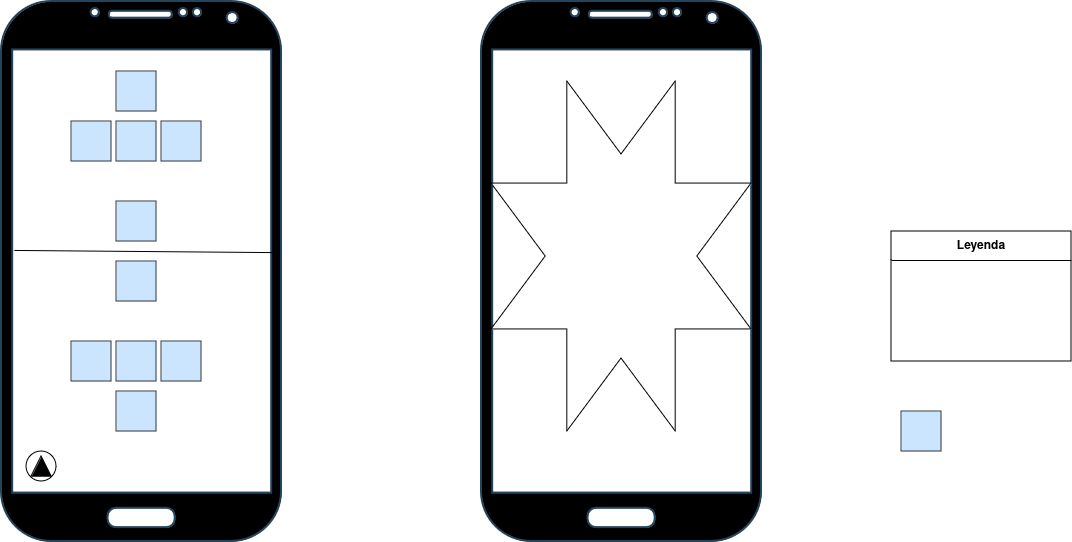
Above: Imagenes/visuales.png in gian700/Beastdeck (draw.io), before the change. Source tidied: cells renumbered, new cells last; positions are measured from the earlier drawing's top-left corner, leaving out a move shared by most shapes. The source it was exported from:
```xml
<mxGraphModel>
  <root>
    <mxCell id="0" />
    <mxCell id="1" parent="0" />
    <mxCell id="2" style="group;" parent="1" vertex="1">
      <mxGeometry width="280" height="540" as="geometry" />
    </mxCell>
    <mxCell id="3" style="ellipse;whiteSpace=wrap;html=1;" parent="2" vertex="1">
      <mxGeometry x="25" y="450" width="30" height="30" as="geometry" />
    </mxCell>
    <mxCell id="4" style="verticalLabelPosition=bottom;verticalAlign=top;html=1;shadow=0;strokeWidth=2;shape=mxgraph.android.phone2;strokeColor=#23445d;fillColor=#000000;" parent="2" vertex="1">
      <mxGeometry width="280" height="540" as="geometry" />
    </mxCell>
    <mxCell id="5" style="verticalLabelPosition=bottom;verticalAlign=top;html=1;shape=mxgraph.basic.rect;fillColor2=none;strokeWidth=1;size=14;indent=5;fillColor=#cce5ff;strokeColor=#36393d;" parent="2" vertex="1">
      <mxGeometry x="115" y="260" width="40" height="40" as="geometry" />
    </mxCell>
    <mxCell id="6" style="verticalLabelPosition=bottom;verticalAlign=top;html=1;shape=mxgraph.basic.rect;fillColor2=none;strokeWidth=1;size=20;indent=5;fillColor=#cce5ff;strokeColor=#36393d;" parent="2" vertex="1">
      <mxGeometry x="115" y="390" width="40" height="40" as="geometry" />
    </mxCell>
    <mxCell id="7" style="verticalLabelPosition=bottom;verticalAlign=top;html=1;shape=mxgraph.basic.rect;fillColor2=none;strokeWidth=1;size=20;indent=5;fillColor=#cce5ff;strokeColor=#36393d;" parent="2" vertex="1">
      <mxGeometry x="70" y="340" width="40" height="40" as="geometry" />
    </mxCell>
    <mxCell id="8" style="verticalLabelPosition=bottom;verticalAlign=top;html=1;shape=mxgraph.basic.rect;fillColor2=none;strokeWidth=1;size=20;indent=5;fillColor=#cce5ff;strokeColor=#36393d;" parent="2" vertex="1">
      <mxGeometry x="115" y="340" width="40" height="40" as="geometry" />
    </mxCell>
    <mxCell id="9" style="verticalLabelPosition=bottom;verticalAlign=top;html=1;shape=mxgraph.basic.rect;fillColor2=none;strokeWidth=1;size=20;indent=5;fillColor=#cce5ff;strokeColor=#36393d;" parent="2" vertex="1">
      <mxGeometry x="160" y="340" width="40" height="40" as="geometry" />
    </mxCell>
    <mxCell id="10" style="verticalLabelPosition=bottom;verticalAlign=top;html=1;shape=mxgraph.basic.rect;fillColor2=none;strokeWidth=1;size=20;indent=5;fillColor=#cce5ff;strokeColor=#36393d;" parent="2" vertex="1">
      <mxGeometry x="115" y="200" width="40" height="40" as="geometry" />
    </mxCell>
    <mxCell id="11" style="verticalLabelPosition=bottom;verticalAlign=top;html=1;shape=mxgraph.basic.rect;fillColor2=none;strokeWidth=1;size=20;indent=5;fillColor=#cce5ff;strokeColor=#36393d;" parent="2" vertex="1">
      <mxGeometry x="115" y="70" width="40" height="40" as="geometry" />
    </mxCell>
    <mxCell id="12" style="verticalLabelPosition=bottom;verticalAlign=top;html=1;shape=mxgraph.basic.rect;fillColor2=none;strokeWidth=1;size=20;indent=5;fillColor=#cce5ff;strokeColor=#36393d;" parent="2" vertex="1">
      <mxGeometry x="70" y="120" width="40" height="40" as="geometry" />
    </mxCell>
    <mxCell id="13" style="verticalLabelPosition=bottom;verticalAlign=top;html=1;shape=mxgraph.basic.rect;fillColor2=none;strokeWidth=1;size=20;indent=5;fillColor=#cce5ff;strokeColor=#36393d;" parent="2" vertex="1">
      <mxGeometry x="115" y="120" width="40" height="40" as="geometry" />
    </mxCell>
    <mxCell id="14" style="verticalLabelPosition=bottom;verticalAlign=top;html=1;shape=mxgraph.basic.rect;fillColor2=none;strokeWidth=1;size=20;indent=5;fillColor=#cce5ff;strokeColor=#36393d;" parent="2" vertex="1">
      <mxGeometry x="160" y="120" width="40" height="40" as="geometry" />
    </mxCell>
    <mxCell id="15" style="endArrow=none;html=1;rounded=0;exitX=0.046;exitY=0.461;exitDx=0;exitDy=0;exitPerimeter=0;entryX=0.971;entryY=0.465;entryDx=0;entryDy=0;entryPerimeter=0;" parent="2" edge="1" source="4" target="4">
      <mxGeometry relative="1" as="geometry" />
    </mxCell>
    <mxCell id="16" style="shape=singleArrow;direction=north;whiteSpace=wrap;html=1;fillColor=#000000;arrowWidth=1;arrowSize=1;" parent="2" vertex="1">
      <mxGeometry x="30" y="455" width="20" height="20" as="geometry" />
    </mxCell>
    <mxCell id="17" style="verticalLabelPosition=bottom;verticalAlign=top;html=1;shadow=0;strokeWidth=2;shape=mxgraph.android.phone2;strokeColor=#23445d;fillColor=#000000;" parent="1" vertex="1">
      <mxGeometry x="480" width="280" height="540" as="geometry" />
    </mxCell>
    <mxCell id="18" style="verticalLabelPosition=bottom;verticalAlign=top;html=1;shape=mxgraph.basic.8_point_star;" parent="1" vertex="1">
      <mxGeometry x="490" y="80" width="260" height="350" as="geometry" />
    </mxCell>
    <mxCell id="19" value="Leyenda" style="swimlane;fontStyle=1;align=center;verticalAlign=middle;horizontal=1;startSize=29;html=1;whiteSpace=wrap;" parent="1" vertex="1">
      <mxGeometry x="890" y="230" width="180" height="130" as="geometry" />
    </mxCell>
    <mxCell id="20" style="verticalLabelPosition=bottom;verticalAlign=top;html=1;shape=mxgraph.basic.rect;fillColor2=none;strokeWidth=1;size=20;indent=5;fillColor=#cce5ff;strokeColor=#36393d;" parent="1" vertex="1">
      <mxGeometry x="900" y="410" width="40" height="40" as="geometry" />
    </mxCell>
  </root>
</mxGraphModel>
```
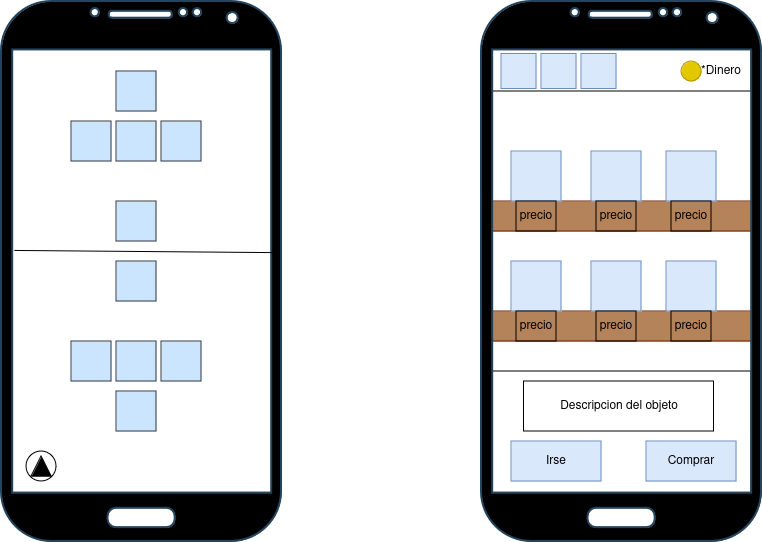
The same diagram one commit later.

The edit, as a diff of the source:
```diff
@@ -2,6 +2,18 @@
   <root>
     <mxCell id="0" />
     <mxCell id="1" parent="0" />
+    <mxCell id="21" style="rounded=0;whiteSpace=wrap;html=1;fillColor=#B5835A;fontColor=#ffffff;strokeColor=#6D1F00;" parent="1" vertex="1">
+      <mxGeometry x="485" y="200" width="270" height="30" as="geometry" />
+    </mxCell>
+    <mxCell id="22" style="rounded=0;whiteSpace=wrap;html=1;" parent="1" vertex="1">
+      <mxGeometry x="485" y="370" width="265" height="130" as="geometry" />
+    </mxCell>
+    <mxCell id="23" style="rounded=0;whiteSpace=wrap;html=1;" parent="1" vertex="1">
+      <mxGeometry x="490" y="30" width="260" height="60" as="geometry" />
+    </mxCell>
+    <mxCell id="24" style="rounded=0;whiteSpace=wrap;html=1;fillColor=#B5835A;fontColor=#ffffff;strokeColor=#6D1F00;" parent="1" vertex="1">
+      <mxGeometry x="485" y="310" width="270" height="30" as="geometry" />
+    </mxCell>
     <mxCell id="2" style="group;" parent="1" vertex="1">
       <mxGeometry width="280" height="540" as="geometry" />
     </mxCell>
@@ -50,14 +62,65 @@
     <mxCell id="17" style="verticalLabelPosition=bottom;verticalAlign=top;html=1;shadow=0;strokeWidth=2;shape=mxgraph.android.phone2;strokeColor=#23445d;fillColor=#000000;" parent="1" vertex="1">
       <mxGeometry x="480" width="280" height="540" as="geometry" />
     </mxCell>
-    <mxCell id="18" style="verticalLabelPosition=bottom;verticalAlign=top;html=1;shape=mxgraph.basic.8_point_star;" parent="1" vertex="1">
-      <mxGeometry x="490" y="80" width="260" height="350" as="geometry" />
-    </mxCell>
-    <mxCell id="19" value="Leyenda" style="swimlane;fontStyle=1;align=center;verticalAlign=middle;horizontal=1;startSize=29;html=1;whiteSpace=wrap;" parent="1" vertex="1">
-      <mxGeometry x="890" y="230" width="180" height="130" as="geometry" />
-    </mxCell>
-    <mxCell id="20" style="verticalLabelPosition=bottom;verticalAlign=top;html=1;shape=mxgraph.basic.rect;fillColor2=none;strokeWidth=1;size=20;indent=5;fillColor=#cce5ff;strokeColor=#36393d;" parent="1" vertex="1">
-      <mxGeometry x="900" y="410" width="40" height="40" as="geometry" />
-    </mxCell>
+    <mxCell id="25" style="ellipse;whiteSpace=wrap;html=1;fillColor=#e3c800;strokeColor=#B09500;fontColor=#000000;" parent="1" vertex="1">
+      <mxGeometry x="680" y="60" width="20" height="20" as="geometry" />
+    </mxCell>
+    <mxCell id="26" value="Comprar" style="rounded=0;whiteSpace=wrap;html=1;fillColor=#dae8fc;strokeColor=#6c8ebf;" parent="1" vertex="1">
+      <mxGeometry x="645" y="440" width="90" height="40" as="geometry" />
+    </mxCell>
+    <mxCell id="27" value="Descripcion del objeto" style="text;html=1;align=center;verticalAlign=middle;whiteSpace=wrap;rounded=0;strokeColor=default;" parent="1" vertex="1">
+      <mxGeometry x="522.5" y="380" width="190" height="50" as="geometry" />
+    </mxCell>
+    <mxCell id="28" value="Irse" style="rounded=0;whiteSpace=wrap;html=1;fillColor=#dae8fc;strokeColor=#6c8ebf;" parent="1" vertex="1">
+      <mxGeometry x="510" y="440" width="90" height="40" as="geometry" />
+    </mxCell>
+    <mxCell id="29" style="whiteSpace=wrap;html=1;fillColor=#dae8fc;strokeColor=#6c8ebf;" parent="1" vertex="1">
+      <mxGeometry x="510" y="260" width="50" height="50" as="geometry" />
+    </mxCell>
+    <mxCell id="30" style="whiteSpace=wrap;html=1;fillColor=#dae8fc;strokeColor=#6c8ebf;" parent="1" vertex="1">
+      <mxGeometry x="590" y="260" width="50" height="50" as="geometry" />
+    </mxCell>
+    <mxCell id="31" style="whiteSpace=wrap;html=1;fillColor=#dae8fc;strokeColor=#6c8ebf;" parent="1" vertex="1">
+      <mxGeometry x="665" y="260" width="50" height="50" as="geometry" />
+    </mxCell>
+    <mxCell id="32" style="whiteSpace=wrap;html=1;fillColor=#dae8fc;strokeColor=#6c8ebf;" parent="1" vertex="1">
+      <mxGeometry x="510" y="150" width="50" height="50" as="geometry" />
+    </mxCell>
+    <mxCell id="33" style="whiteSpace=wrap;html=1;fillColor=#dae8fc;strokeColor=#6c8ebf;" parent="1" vertex="1">
+      <mxGeometry x="590" y="150" width="50" height="50" as="geometry" />
+    </mxCell>
+    <mxCell id="34" style="whiteSpace=wrap;html=1;fillColor=#dae8fc;strokeColor=#6c8ebf;" parent="1" vertex="1">
+      <mxGeometry x="665" y="150" width="50" height="50" as="geometry" />
+    </mxCell>
+    <mxCell id="35" value="precio" style="text;html=1;align=center;verticalAlign=middle;whiteSpace=wrap;rounded=0;strokeColor=default;" parent="1" vertex="1">
+      <mxGeometry x="670" y="200" width="40" height="30" as="geometry" />
+    </mxCell>
+    <mxCell id="36" value="precio" style="text;html=1;align=center;verticalAlign=middle;whiteSpace=wrap;rounded=0;strokeColor=default;" parent="1" vertex="1">
+      <mxGeometry x="595" y="200" width="40" height="30" as="geometry" />
+    </mxCell>
+    <mxCell id="37" value="precio" style="text;html=1;align=center;verticalAlign=middle;whiteSpace=wrap;rounded=0;strokeColor=default;" parent="1" vertex="1">
+      <mxGeometry x="515" y="200" width="40" height="30" as="geometry" />
+    </mxCell>
+    <mxCell id="38" value="precio" style="text;html=1;align=center;verticalAlign=middle;whiteSpace=wrap;rounded=0;strokeColor=default;" parent="1" vertex="1">
+      <mxGeometry x="515" y="310" width="40" height="30" as="geometry" />
+    </mxCell>
+    <mxCell id="39" value="precio" style="text;html=1;align=center;verticalAlign=middle;whiteSpace=wrap;rounded=0;strokeColor=default;" parent="1" vertex="1">
+      <mxGeometry x="595" y="310" width="40" height="30" as="geometry" />
+    </mxCell>
+    <mxCell id="40" value="precio" style="text;html=1;align=center;verticalAlign=middle;whiteSpace=wrap;rounded=0;strokeColor=default;" parent="1" vertex="1">
+      <mxGeometry x="670" y="310" width="40" height="30" as="geometry" />
+    </mxCell>
+    <mxCell id="41" value="*Dinero" style="text;html=1;align=center;verticalAlign=middle;whiteSpace=wrap;rounded=0;" parent="1" vertex="1">
+      <mxGeometry x="690" y="55" width="60" height="30" as="geometry" />
+    </mxCell>
+    <mxCell id="42" style="whiteSpace=wrap;html=1;fillColor=#dae8fc;strokeColor=#6c8ebf;" parent="1" vertex="1">
+      <mxGeometry x="500" y="52.5" width="35" height="35" as="geometry" />
+    </mxCell>
+    <mxCell id="43" style="whiteSpace=wrap;html=1;fillColor=#dae8fc;strokeColor=#6c8ebf;" parent="1" vertex="1">
+      <mxGeometry x="540" y="52.5" width="35" height="35" as="geometry" />
+    </mxCell>
+    <mxCell id="44" style="whiteSpace=wrap;html=1;fillColor=#dae8fc;strokeColor=#6c8ebf;" parent="1" vertex="1">
+      <mxGeometry x="580" y="52.5" width="35" height="35" as="geometry" />
+    </mxCell>
   </root>
 </mxGraphModel>
```
